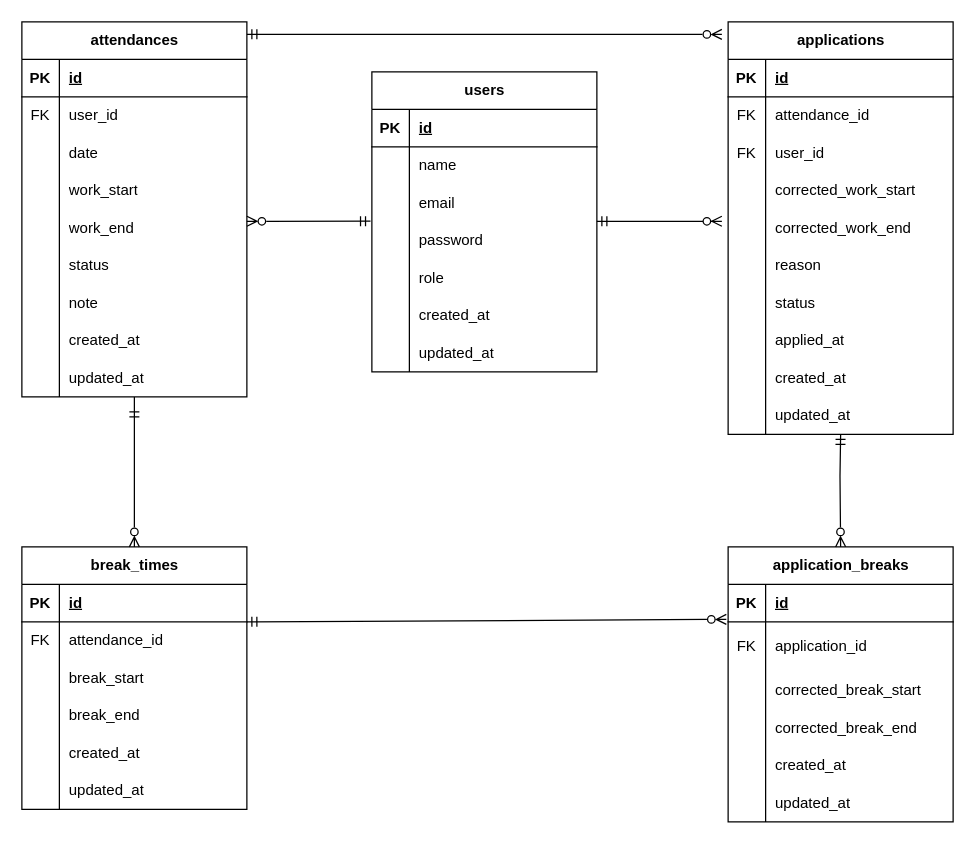
This is er-diagram.drawio from kokoro28k/attendance-app, a draw.io file, before an edit. Source tidied: cells renumbered, new cells numbered last; positions are measured from the earlier drawing's top-left corner, leaving out a move shared by most shapes. Both pictures are drawn from the tidied source at 125%, with x=0, y=0 at pixel (21, 21).
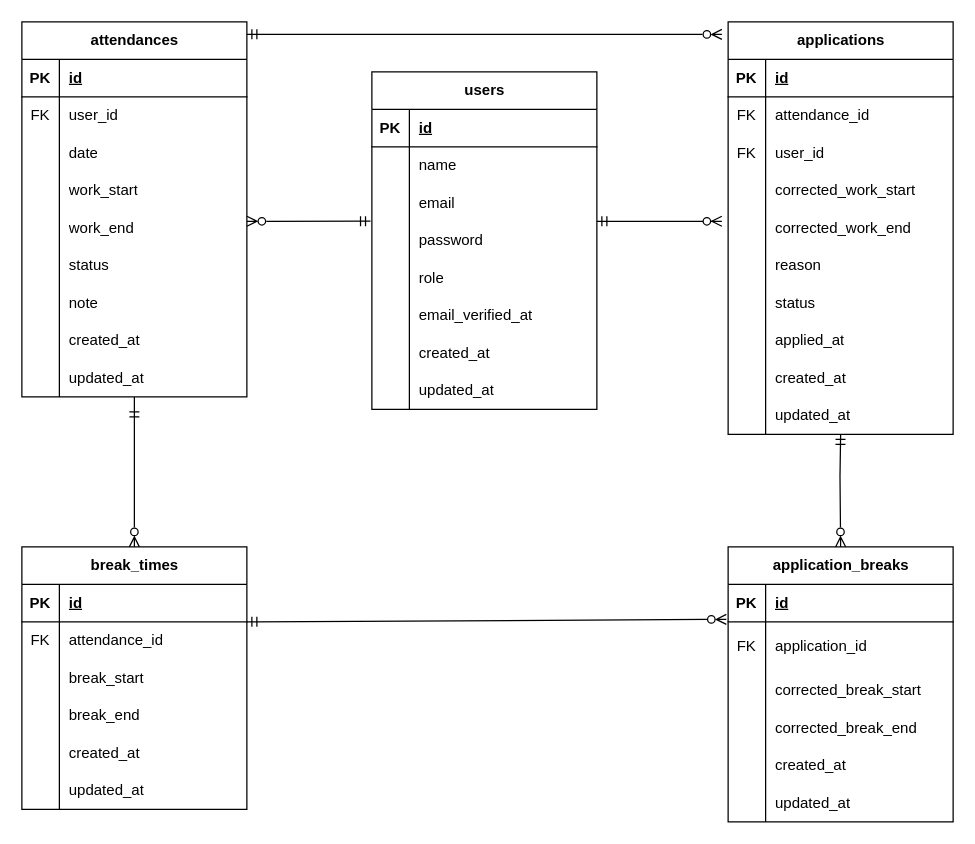
The same diagram, later.

The edit, as a diff of the source:
```diff
@@
     <mxCell id="2" value="users" style="shape=table;startSize=30;childLayout=tableLayout;rowLines=0;fontStyle=1;align=center;html=1;swimlaneFillColor=default;" parent="1" vertex="1">
-      <mxGeometry x="280" y="40" width="180" height="240" as="geometry" />
+      <mxGeometry x="280" y="40" width="180" height="270" as="geometry" />
     </mxCell>
@@
+    <mxCell id="127" style="shape=tableRow;horizontal=0;startSize=0;swimlaneHead=0;swimlaneBody=0;fillColor=none;top=0;left=0;right=0;bottom=0;" parent="2" vertex="1">
+      <mxGeometry y="180" width="180" height="30" as="geometry" />
+    </mxCell>
+    <mxCell id="128" style="shape=partialRectangle;fillColor=none;top=0;left=0;bottom=0;right=0;overflow=hidden;whiteSpace=wrap;html=1;" parent="127" vertex="1">
+      <mxGeometry width="30" height="30" as="geometry" />
+    </mxCell>
+    <mxCell id="129" value="email_verified_at" style="shape=partialRectangle;fillColor=none;top=0;left=0;bottom=0;right=0;align=left;spacingLeft=6;overflow=hidden;whiteSpace=wrap;html=1;" parent="127" vertex="1">
+      <mxGeometry x="30" width="150" height="30" as="geometry" />
+    </mxCell>
     <mxCell id="18" style="shape=tableRow;horizontal=0;startSize=0;swimlaneHead=0;swimlaneBody=0;fillColor=none;top=0;left=0;right=0;bottom=0;" parent="2" vertex="1">
-      <mxGeometry y="180" width="180" height="30" as="geometry" />
+      <mxGeometry y="210" width="180" height="30" as="geometry" />
     </mxCell>
@@
     <mxCell id="21" style="shape=tableRow;horizontal=0;startSize=0;swimlaneHead=0;swimlaneBody=0;fillColor=none;top=0;left=0;right=0;bottom=0;" parent="2" vertex="1">
-      <mxGeometry y="210" width="180" height="30" as="geometry" />
+      <mxGeometry y="240" width="180" height="30" as="geometry" />
     </mxCell>
```
